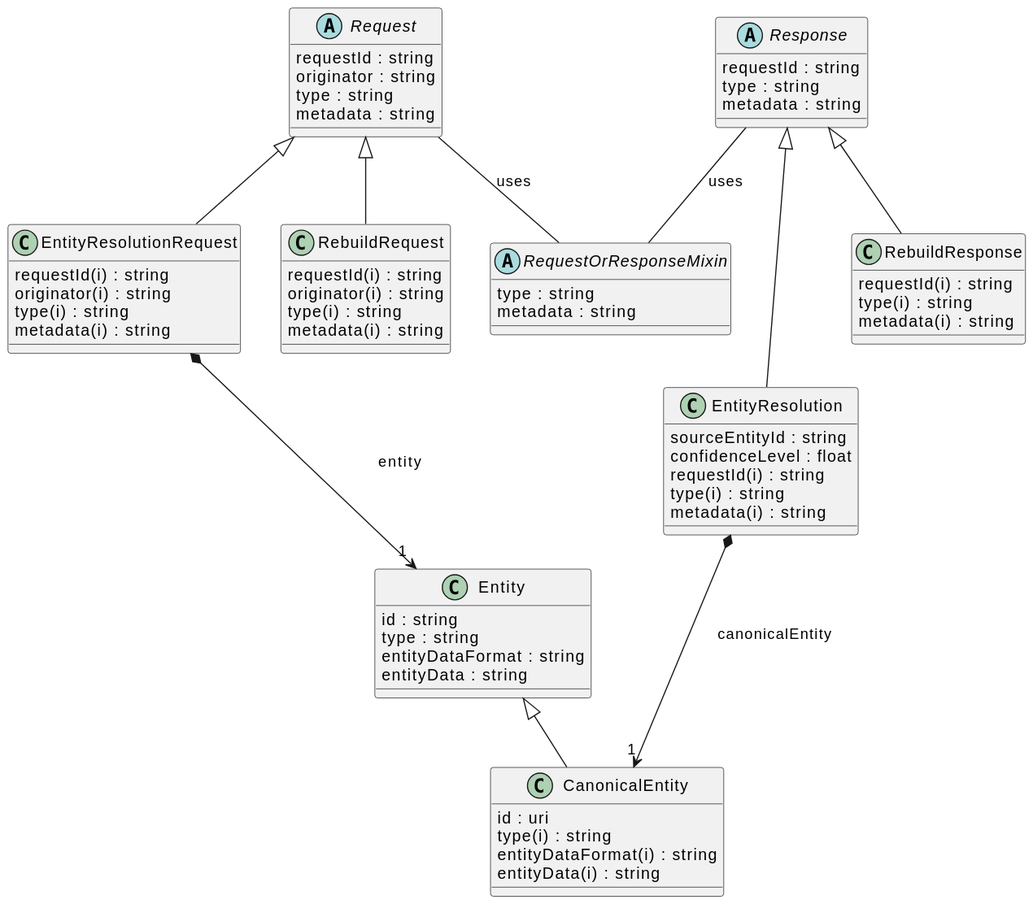
This is docs/schema/ErsServiceDataSchema.svg from meaningfy-ws/er-system, a PlantUML export, as it was before one commit.
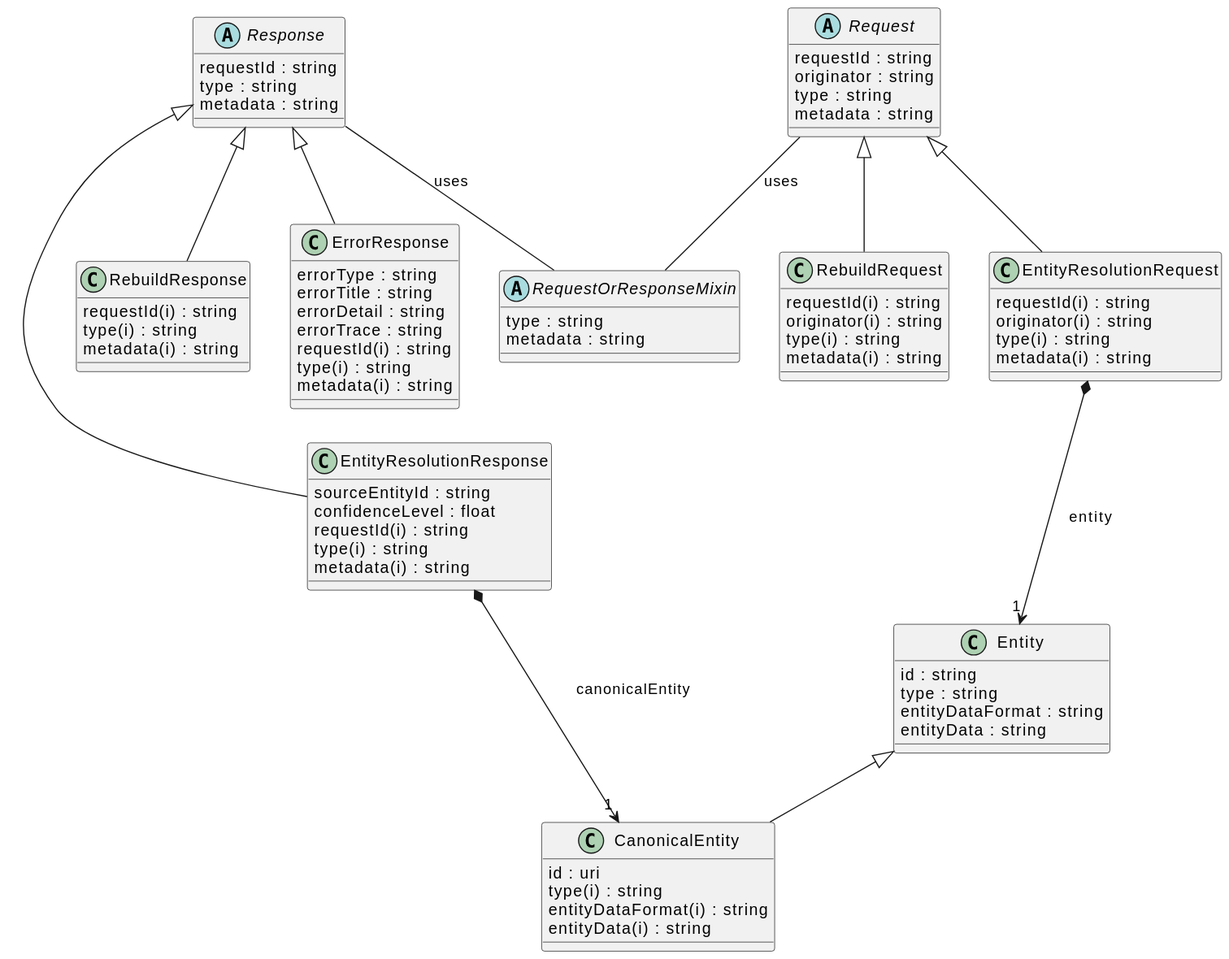
After the change.

The edit, as a diff of the source:
```diff
@@ -13,7 +13,16 @@
     {field} type(i) : string
     {field} metadata(i) : string
 }
-class "EntityResolution" [[{An entity resolution response sent by the ERE.}]] {
+class "ErrorResponse" [[{Response sent by the ERE when some error/exception occurs while processing a request.}]] {
+    {field} errorType : string
+    {field} errorTitle : string
+    {field} errorDetail : string
+    {field} errorTrace : string
+    {field} requestId(i) : string
+    {field} type(i) : string
+    {field} metadata(i) : string
+}
+class "EntityResolutionResponse" [[{An entity resolution response sent by the ERE.}]] {
     {field} sourceEntityId : string
     {field} confidenceLevel : float
     {field} requestId(i) : string
@@ -22,7 +31,8 @@
 }
 "Response" -- "RequestOrResponseMixin"  : uses
 "Response" ^-- "RebuildResponse"
-"Response" ^-- "EntityResolution"
+"Response" ^-- "ErrorResponse"
+"Response" ^-- "EntityResolutionResponse"
 abstract "Request" [[{Root class to represent all the requests sent to the ERE.}]] {
     {field} requestId : string
     {field} originator : string
@@ -44,6 +54,13 @@
 }
 "Request" ^-- "RebuildRequest"
 "Request" ^-- "EntityResolutionRequest"
+class "CanonicalEntity" [[{A canonical entity is an entity that the ERE has created during the resolution process}]] {
+    {field} id : uri
+    {field} type(i) : string
+    {field} entityDataFormat(i) : string
+    {field} entityData(i) : string
+}
+"EntityResolutionResponse" *--> "1" "CanonicalEntity" : "canonicalEntity"
 class "Entity" [[{An entity is a representation of a real-world entity, as provided by the ERS.}]] {
     {field} id : string
     {field} type : string
@@ -51,12 +68,5 @@
     {field} entityData : string
 }
 "EntityResolutionRequest" *--> "1" "Entity" : "entity"
-class "CanonicalEntity" [[{A canonical entity is an entity that the ERE has created during the resolution process}]] {
-    {field} id : uri
-    {field} type(i) : string
-    {field} entityDataFormat(i) : string
-    {field} entityData(i) : string
-}
-"EntityResolution" *--> "1" "CanonicalEntity" : "canonicalEntity"
 "Entity" ^-- "CanonicalEntity"
 @enduml
```
